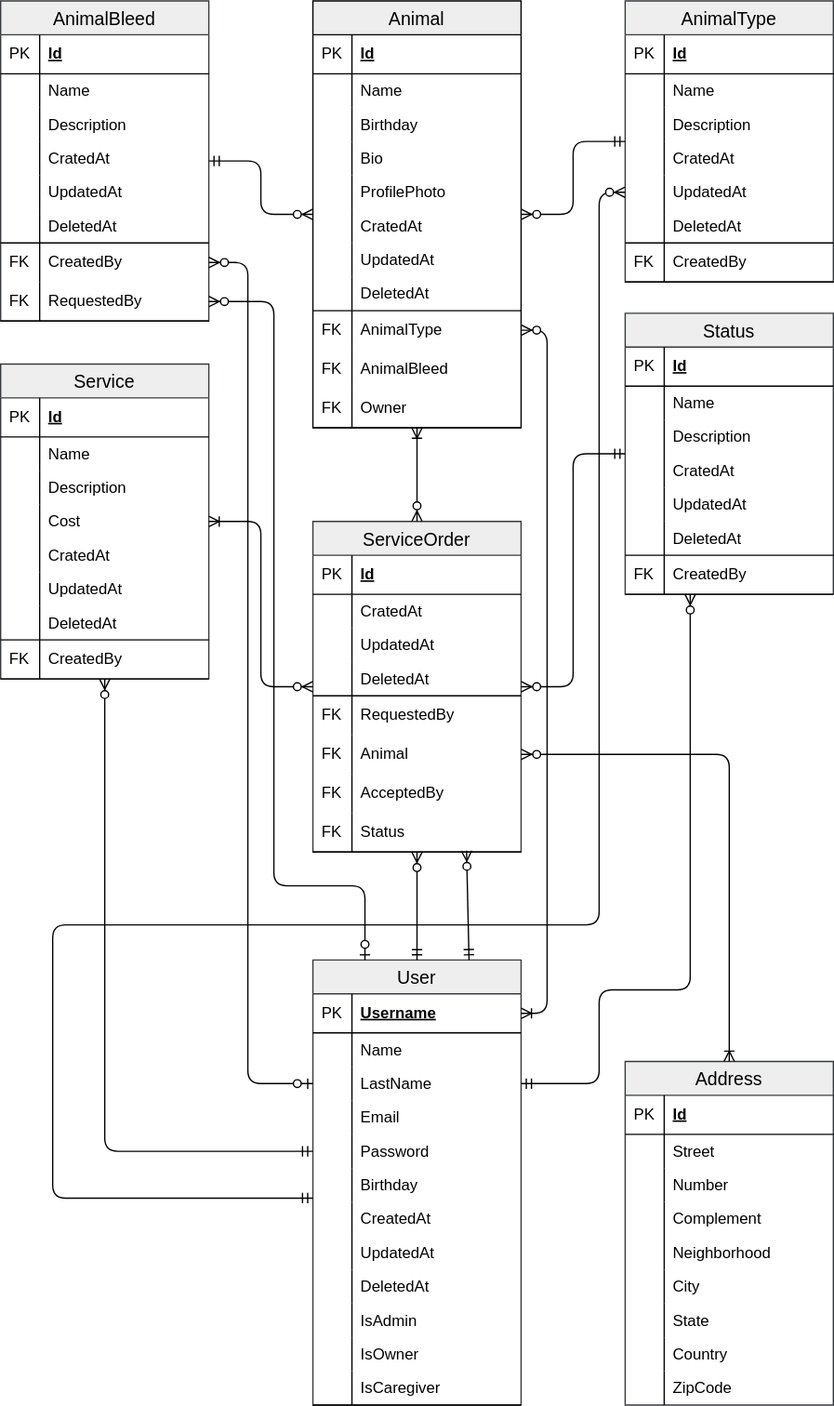
This is docs/database/database-physical.svg from davidsonbrsilva/mypets, a draw.io export, as it was before one commit. Source tidied: cells renumbered, new cells last; positions are measured from the earlier drawing's top-left corner, leaving out a move shared by most shapes.
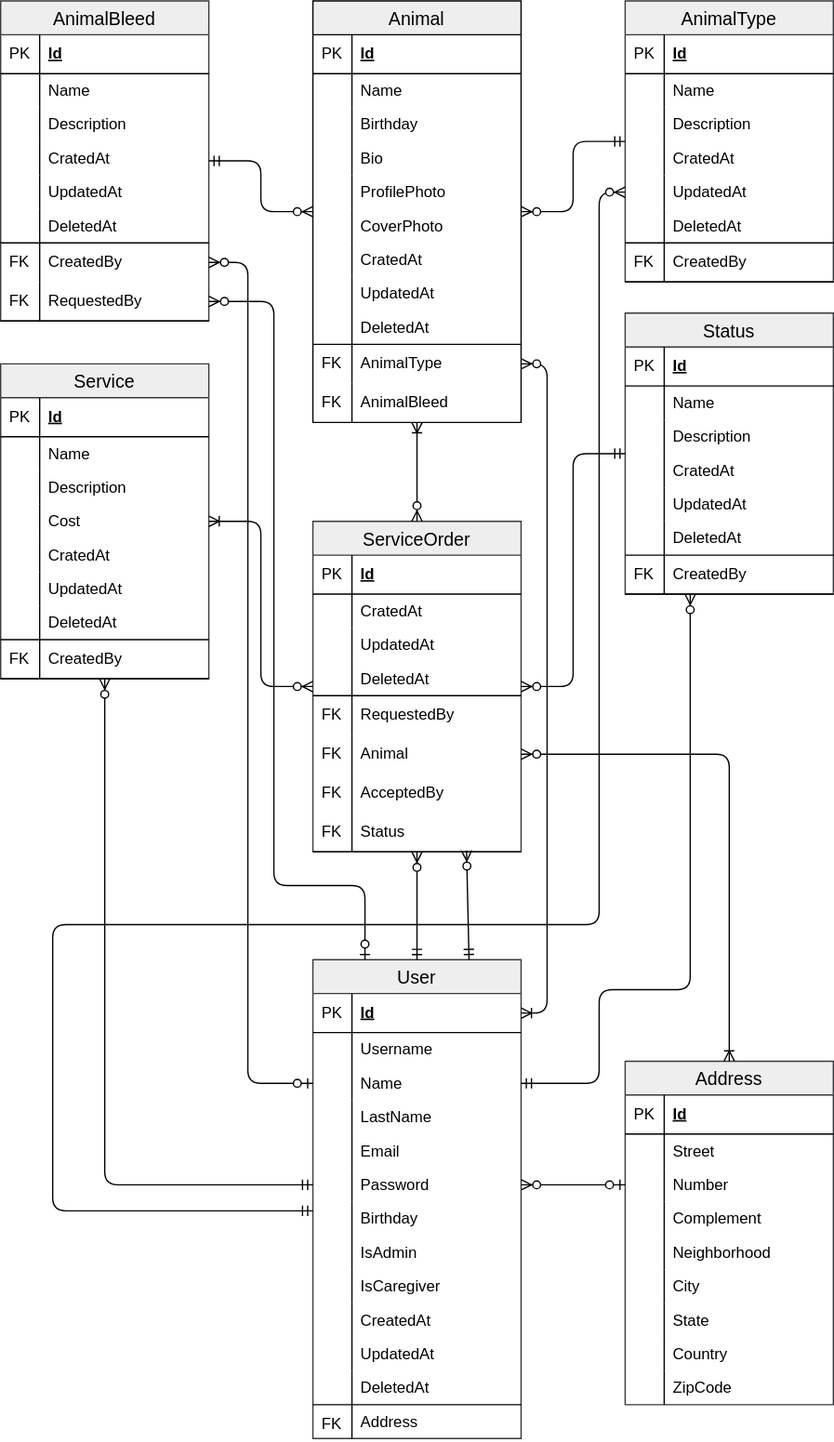
Later version of the same file.

The edit, as a diff of the source:
```diff
@@ -5,3 +5,3 @@
     <mxCell id="2" value="Animal" style="swimlane;fontStyle=0;horizontal=1;startSize=26;fillColor=#eeeeee;swimlaneFillColor=#ffffff;align=center;fontSize=14;strokeColor=#000000;verticalAlign=middle;spacingTop=0;" parent="1" vertex="1">
-      <mxGeometry x="240" width="160" height="328" as="geometry" />
+      <mxGeometry x="240" width="160" height="324" as="geometry" />
     </mxCell>
@@ -37,4 +37,10 @@
     </mxCell>
+    <mxCell id="164" value="CoverPhoto" style="shape=partialRectangle;top=0;left=0;right=0;bottom=0;align=left;verticalAlign=middle;fillColor=none;spacingLeft=34;spacingRight=4;overflow=hidden;fontSize=12;horizontal=1;spacingTop=1;" parent="2" vertex="1">
+      <mxGeometry y="160" width="160" height="26" as="geometry" />
+    </mxCell>
+    <mxCell id="165" style="shape=partialRectangle;top=0;left=0;bottom=0;fillColor=none;align=left;verticalAlign=top;spacingLeft=4;spacingRight=4;overflow=hidden;fontSize=12;" parent="164" vertex="1">
+      <mxGeometry width="30" height="26" as="geometry" />
+    </mxCell>
     <mxCell id="13" value="CratedAt" style="shape=partialRectangle;top=0;left=0;right=0;bottom=0;align=left;verticalAlign=middle;fillColor=none;spacingLeft=34;spacingRight=4;overflow=hidden;fontSize=12;horizontal=1;spacingTop=1;" parent="2" vertex="1">
-      <mxGeometry y="160" width="160" height="26" as="geometry" />
+      <mxGeometry y="186" width="160" height="26" as="geometry" />
     </mxCell>
@@ -44,3 +50,3 @@
     <mxCell id="15" value="UpdatedAt" style="shape=partialRectangle;top=0;left=0;right=0;bottom=0;align=left;verticalAlign=middle;fillColor=none;spacingLeft=34;spacingRight=4;overflow=hidden;fontSize=12;horizontal=1;spacingTop=1;" parent="2" vertex="1">
-      <mxGeometry y="186" width="160" height="26" as="geometry" />
+      <mxGeometry y="212" width="160" height="26" as="geometry" />
     </mxCell>
@@ -50,3 +56,3 @@
     <mxCell id="17" value="DeletedAt" style="shape=partialRectangle;top=0;left=0;right=0;bottom=1;align=left;verticalAlign=middle;fillColor=none;spacingLeft=34;spacingRight=4;overflow=hidden;fontSize=12;strokeColor=#000000;perimeterSpacing=0;horizontal=1;spacingTop=1;" parent="2" vertex="1">
-      <mxGeometry y="212" width="160" height="26" as="geometry" />
+      <mxGeometry y="238" width="160" height="26" as="geometry" />
     </mxCell>
@@ -56,3 +62,3 @@
     <mxCell id="19" value="AnimalType" style="shape=partialRectangle;top=0;left=0;right=0;bottom=0;align=left;verticalAlign=middle;fillColor=none;spacingLeft=34;spacingRight=4;overflow=hidden;points=[[0,0.5],[1,0.5]];portConstraint=eastwest;fontStyle=0;fontSize=12;strokeColor=#000000;" parent="2" vertex="1">
-      <mxGeometry y="238" width="160" height="30" as="geometry" />
+      <mxGeometry y="264" width="160" height="30" as="geometry" />
     </mxCell>
@@ -62,3 +68,3 @@
     <mxCell id="21" value="AnimalBleed" style="shape=partialRectangle;top=0;left=0;right=0;bottom=0;align=left;verticalAlign=middle;fillColor=none;spacingLeft=34;spacingRight=4;overflow=hidden;fontStyle=0;fontSize=12;strokeColor=#000000;" parent="2" vertex="1">
-      <mxGeometry y="268" width="160" height="30" as="geometry" />
+      <mxGeometry y="294" width="160" height="30" as="geometry" />
     </mxCell>
@@ -67,8 +73,2 @@
     </mxCell>
-    <mxCell id="23" value="Owner" style="shape=partialRectangle;top=0;left=0;right=0;bottom=1;align=left;verticalAlign=middle;fillColor=none;spacingLeft=34;spacingRight=4;overflow=hidden;fontStyle=0;fontSize=12;strokeColor=#000000;" parent="2" vertex="1">
-      <mxGeometry y="298" width="160" height="30" as="geometry" />
-    </mxCell>
-    <mxCell id="24" value="FK" style="shape=partialRectangle;top=0;left=0;bottom=0;fillColor=none;align=left;verticalAlign=middle;spacingLeft=4;spacingRight=4;overflow=hidden;fontSize=12;" parent="23" vertex="1">
-      <mxGeometry width="30" height="30" as="geometry" />
-    </mxCell>
     <mxCell id="25" value="AnimalType" style="swimlane;fontStyle=0;horizontal=1;startSize=26;fillColor=#eeeeee;swimlaneFillColor=#ffffff;align=center;fontSize=14;strokeColor=#36393d;" parent="1" vertex="1">
@@ -332,5 +332,5 @@
     <mxCell id="111" value="User" style="swimlane;fontStyle=0;horizontal=1;startSize=26;fillColor=#eeeeee;swimlaneFillColor=#ffffff;align=center;fontSize=14;strokeColor=#36393d;" parent="1" vertex="1">
-      <mxGeometry x="240" y="737" width="160" height="342" as="geometry" />
+      <mxGeometry x="240" y="737" width="160" height="368" as="geometry" />
     </mxCell>
-    <mxCell id="112" value="Username" style="shape=partialRectangle;top=0;left=0;right=0;bottom=1;align=left;verticalAlign=middle;fillColor=none;spacingLeft=34;spacingRight=4;overflow=hidden;points=[[0,0.5],[1,0.5]];portConstraint=eastwest;fontStyle=5;fontSize=12;" parent="111" vertex="1">
+    <mxCell id="112" value="Id" style="shape=partialRectangle;top=0;left=0;right=0;bottom=1;align=left;verticalAlign=middle;fillColor=none;spacingLeft=34;spacingRight=4;overflow=hidden;points=[[0,0.5],[1,0.5]];portConstraint=eastwest;fontStyle=5;fontSize=12;" parent="111" vertex="1">
       <mxGeometry y="26" width="160" height="30" as="geometry" />
@@ -340,3 +340,3 @@
     </mxCell>
-    <mxCell id="114" value="Name" style="shape=partialRectangle;top=0;left=0;right=0;bottom=0;align=left;verticalAlign=middle;fillColor=none;spacingLeft=34;spacingRight=4;overflow=hidden;fontSize=12;spacingTop=1;" parent="111" vertex="1">
+    <mxCell id="114" value="Username" style="shape=partialRectangle;top=0;left=0;right=0;bottom=0;align=left;verticalAlign=middle;fillColor=none;spacingLeft=34;spacingRight=4;overflow=hidden;fontSize=12;spacingTop=1;" parent="111" vertex="1">
       <mxGeometry y="56" width="160" height="26" as="geometry" />
@@ -346,4 +346,10 @@
     </mxCell>
+    <mxCell id="166" value="Name" style="shape=partialRectangle;top=0;left=0;right=0;bottom=0;align=left;verticalAlign=middle;fillColor=none;spacingLeft=34;spacingRight=4;overflow=hidden;fontSize=12;spacingTop=1;" parent="111" vertex="1">
+      <mxGeometry y="82" width="160" height="26" as="geometry" />
+    </mxCell>
+    <mxCell id="167" style="shape=partialRectangle;top=0;left=0;bottom=0;fillColor=none;align=left;verticalAlign=top;spacingLeft=4;spacingRight=4;overflow=hidden;fontSize=12;" parent="166" vertex="1">
+      <mxGeometry width="30" height="26" as="geometry" />
+    </mxCell>
     <mxCell id="116" value="LastName" style="shape=partialRectangle;top=0;left=0;right=0;bottom=0;align=left;verticalAlign=middle;fillColor=none;spacingLeft=34;spacingRight=4;overflow=hidden;points=[[0,0.5],[1,0.5]];portConstraint=eastwest;fontSize=12;spacingTop=1;" parent="111" vertex="1">
-      <mxGeometry y="82" width="160" height="26" as="geometry" />
+      <mxGeometry y="108" width="160" height="26" as="geometry" />
     </mxCell>
@@ -353,3 +359,3 @@
     <mxCell id="118" value="Email" style="shape=partialRectangle;top=0;left=0;right=0;bottom=0;align=left;verticalAlign=middle;fillColor=none;spacingLeft=34;spacingRight=4;overflow=hidden;fontSize=12;spacingTop=1;" parent="111" vertex="1">
-      <mxGeometry y="108" width="160" height="26" as="geometry" />
+      <mxGeometry y="134" width="160" height="26" as="geometry" />
     </mxCell>
@@ -359,3 +365,3 @@
     <mxCell id="120" value="Password" style="shape=partialRectangle;top=0;left=0;right=0;bottom=0;align=left;verticalAlign=middle;fillColor=none;spacingLeft=34;spacingRight=4;overflow=hidden;points=[[0,0.5],[1,0.5]];portConstraint=eastwest;fontSize=12;spacingTop=1;" parent="111" vertex="1">
-      <mxGeometry y="134" width="160" height="26" as="geometry" />
+      <mxGeometry y="160" width="160" height="26" as="geometry" />
     </mxCell>
@@ -365,3 +371,3 @@
     <mxCell id="122" value="Birthday" style="shape=partialRectangle;top=0;left=0;right=0;bottom=0;align=left;verticalAlign=middle;fillColor=none;spacingLeft=34;spacingRight=4;overflow=hidden;fontSize=12;spacingTop=1;" parent="111" vertex="1">
-      <mxGeometry y="160" width="160" height="26" as="geometry" />
+      <mxGeometry y="186" width="160" height="26" as="geometry" />
     </mxCell>
@@ -370,4 +376,16 @@
     </mxCell>
+    <mxCell id="130" value="IsAdmin" style="shape=partialRectangle;top=0;left=0;right=0;bottom=0;align=left;verticalAlign=middle;fillColor=none;spacingLeft=34;spacingRight=4;overflow=hidden;fontSize=12;spacingTop=1;" parent="111" vertex="1">
+      <mxGeometry y="212" width="160" height="26" as="geometry" />
+    </mxCell>
+    <mxCell id="131" style="shape=partialRectangle;top=0;left=0;bottom=0;fillColor=none;align=left;verticalAlign=top;spacingLeft=4;spacingRight=4;overflow=hidden;fontSize=12;" parent="130" vertex="1">
+      <mxGeometry width="30" height="26" as="geometry" />
+    </mxCell>
+    <mxCell id="134" value="IsCaregiver" style="shape=partialRectangle;top=0;left=0;right=0;bottom=0;align=left;verticalAlign=middle;fillColor=none;spacingLeft=34;spacingRight=4;overflow=hidden;fontSize=12;spacingTop=1;" parent="111" vertex="1">
+      <mxGeometry y="238" width="160" height="26" as="geometry" />
+    </mxCell>
+    <mxCell id="135" style="shape=partialRectangle;top=0;left=0;bottom=0;fillColor=none;align=left;verticalAlign=top;spacingLeft=4;spacingRight=4;overflow=hidden;fontSize=12;" parent="134" vertex="1">
+      <mxGeometry width="30" height="26" as="geometry" />
+    </mxCell>
     <mxCell id="124" value="CreatedAt" style="shape=partialRectangle;top=0;left=0;right=0;bottom=0;align=left;verticalAlign=middle;fillColor=none;spacingLeft=34;spacingRight=4;overflow=hidden;points=[[0,0.5],[1,0.5]];portConstraint=eastwest;fontSize=12;spacingTop=1;" parent="111" vertex="1">
-      <mxGeometry y="186" width="160" height="26" as="geometry" />
+      <mxGeometry y="264" width="160" height="26" as="geometry" />
     </mxCell>
@@ -377,3 +395,3 @@
     <mxCell id="126" value="UpdatedAt" style="shape=partialRectangle;top=0;left=0;right=0;bottom=0;align=left;verticalAlign=middle;fillColor=none;spacingLeft=34;spacingRight=4;overflow=hidden;fontSize=12;spacingTop=1;" parent="111" vertex="1">
-      <mxGeometry y="212" width="160" height="26" as="geometry" />
+      <mxGeometry y="290" width="160" height="26" as="geometry" />
     </mxCell>
@@ -382,4 +400,4 @@
     </mxCell>
-    <mxCell id="128" value="DeletedAt" style="shape=partialRectangle;top=0;left=0;right=0;bottom=0;align=left;verticalAlign=middle;fillColor=none;spacingLeft=34;spacingRight=4;overflow=hidden;fontSize=12;spacingTop=1;" parent="111" vertex="1">
-      <mxGeometry y="238" width="160" height="26" as="geometry" />
+    <mxCell id="128" value="DeletedAt" style="shape=partialRectangle;top=0;left=0;right=0;bottom=1;align=left;verticalAlign=middle;fillColor=none;spacingLeft=34;spacingRight=4;overflow=hidden;fontSize=12;spacingTop=1;" parent="111" vertex="1">
+      <mxGeometry y="316" width="160" height="26" as="geometry" />
     </mxCell>
@@ -388,20 +406,8 @@
     </mxCell>
-    <mxCell id="130" value="IsAdmin" style="shape=partialRectangle;top=0;left=0;right=0;bottom=0;align=left;verticalAlign=middle;fillColor=none;spacingLeft=34;spacingRight=4;overflow=hidden;fontSize=12;spacingTop=1;" parent="111" vertex="1">
-      <mxGeometry y="264" width="160" height="26" as="geometry" />
-    </mxCell>
-    <mxCell id="131" style="shape=partialRectangle;top=0;left=0;bottom=0;fillColor=none;align=left;verticalAlign=top;spacingLeft=4;spacingRight=4;overflow=hidden;fontSize=12;" parent="130" vertex="1">
-      <mxGeometry width="30" height="26" as="geometry" />
-    </mxCell>
-    <mxCell id="132" value="IsOwner" style="shape=partialRectangle;top=0;left=0;right=0;bottom=0;align=left;verticalAlign=middle;fillColor=none;spacingLeft=34;spacingRight=4;overflow=hidden;fontSize=12;spacingTop=1;" parent="111" vertex="1">
-      <mxGeometry y="290" width="160" height="26" as="geometry" />
-    </mxCell>
-    <mxCell id="133" style="shape=partialRectangle;top=0;left=0;bottom=0;fillColor=none;align=left;verticalAlign=top;spacingLeft=4;spacingRight=4;overflow=hidden;fontSize=12;" parent="132" vertex="1">
-      <mxGeometry width="30" height="26" as="geometry" />
-    </mxCell>
-    <mxCell id="134" value="IsCaregiver" style="shape=partialRectangle;top=0;left=0;right=0;bottom=1;align=left;verticalAlign=middle;fillColor=none;spacingLeft=34;spacingRight=4;overflow=hidden;fontSize=12;spacingTop=1;" parent="111" vertex="1">
-      <mxGeometry y="316" width="160" height="26" as="geometry" />
-    </mxCell>
-    <mxCell id="135" style="shape=partialRectangle;top=0;left=0;bottom=0;fillColor=none;align=left;verticalAlign=top;spacingLeft=4;spacingRight=4;overflow=hidden;fontSize=12;" parent="134" vertex="1">
-      <mxGeometry width="30" height="26" as="geometry" />
-    </mxCell>
+    <mxCell id="168" value="Address" style="shape=partialRectangle;top=0;left=0;right=0;bottom=0;align=left;verticalAlign=middle;fillColor=none;spacingLeft=34;spacingRight=4;overflow=hidden;fontSize=12;spacingTop=1;" parent="111" vertex="1">
+      <mxGeometry y="342" width="160" height="26" as="geometry" />
+    </mxCell>
+    <mxCell id="24" value="FK" style="shape=partialRectangle;top=0;left=0;bottom=0;fillColor=none;align=left;verticalAlign=top;spacingLeft=4;spacingRight=4;overflow=hidden;fontSize=12;" parent="168" vertex="1">
+      <mxGeometry width="30" height="26" as="geometry" />
+    </mxCell>
     <mxCell id="136" style="edgeStyle=orthogonalEdgeStyle;fontSize=12;html=1;endArrow=ERzeroToMany;startArrow=ERmandOne;exitX=0;exitY=0.5;exitDx=0;exitDy=0;" parent="1" edge="1" source="120" target="57">
@@ -409,4 +415,5 @@
     </mxCell>
-    <mxCell id="137" style="edgeStyle=orthogonalEdgeStyle;fontSize=12;html=1;endArrow=ERzeroToMany;startArrow=ERzeroToOne;entryX=1;entryY=0.5;entryDx=0;entryDy=0;exitX=0;exitY=0.5;exitDx=0;exitDy=0;" parent="1" edge="1" source="116" target="53">
+    <mxCell id="137" style="edgeStyle=orthogonalEdgeStyle;fontSize=12;html=1;endArrow=ERzeroToMany;startArrow=ERzeroToOne;entryX=1;entryY=0.5;entryDx=0;entryDy=0;" parent="1" edge="1" target="53">
       <mxGeometry relative="1" as="geometry">
+        <mxPoint x="240" y="832" as="sourcePoint" />
         <Array as="points">
@@ -432,4 +439,5 @@
     </mxCell>
-    <mxCell id="141" style="edgeStyle=orthogonalEdgeStyle;fontSize=12;html=1;endArrow=ERzeroToMany;startArrow=ERmandOne;elbow=vertical;exitX=1;exitY=0.5;exitDx=0;exitDy=0;" parent="1" edge="1" source="116" target="74">
+    <mxCell id="141" style="edgeStyle=orthogonalEdgeStyle;fontSize=12;html=1;endArrow=ERzeroToMany;startArrow=ERmandOne;elbow=vertical;" parent="1" edge="1" target="74">
       <mxGeometry relative="1" as="geometry">
+        <mxPoint x="400" y="832" as="sourcePoint" />
         <Array as="points">
@@ -441,6 +449,8 @@
     </mxCell>
-    <mxCell id="142" style="edgeStyle=orthogonalEdgeStyle;fontSize=12;html=1;endArrow=ERzeroToMany;startArrow=ERmandOne;entryX=0;entryY=0.5;entryDx=0;entryDy=0;exitX=0;exitY=-0.115;exitDx=0;exitDy=0;exitPerimeter=0;" parent="1" edge="1" source="124" target="34">
+    <mxCell id="142" style="edgeStyle=orthogonalEdgeStyle;fontSize=12;html=1;endArrow=ERzeroToMany;startArrow=ERmandOne;entryX=0;entryY=0.5;entryDx=0;entryDy=0;" parent="1" edge="1" target="34">
       <mxGeometry relative="1" as="geometry">
+        <mxPoint x="240" y="930" as="sourcePoint" />
         <Array as="points">
-          <mxPoint x="40" y="920" />
+          <mxPoint x="240" y="930" />
+          <mxPoint x="40" y="930" />
           <mxPoint x="40" y="710" />
@@ -514,3 +524,3 @@
         <Array as="points">
-          <mxPoint x="420" y="253" />
+          <mxPoint x="420" y="279" />
           <mxPoint x="420" y="778" />
@@ -519,2 +529,5 @@
     </mxCell>
+    <mxCell id="169" style="fontSize=12;html=1;endArrow=ERzeroToMany;startArrow=ERzeroToOne;exitX=0;exitY=0.5;exitDx=0;exitDy=0;entryX=1;entryY=0.5;entryDx=0;entryDy=0;edgeStyle=orthogonalEdgeStyle;" parent="1" edge="1" source="148" target="120">
+      <mxGeometry relative="1" as="geometry" />
+    </mxCell>
   </root>
```
